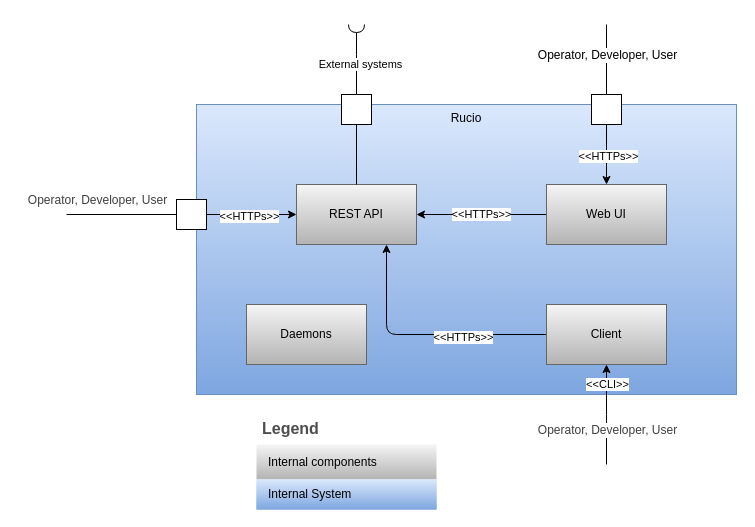
mgajek-cern/rucio-architecture-docs keeps this draw.io diagram as diagrams/Building Block Lvl 1 View.drawio. Above is the earlier version. Source tidied: cells renumbered, new cells numbered last; positions are measured from the earlier drawing's top-left corner, leaving out a move shared by most shapes. Both pictures are drawn from the tidied source at 100%, with x=0, y=0 at pixel (66, 24).
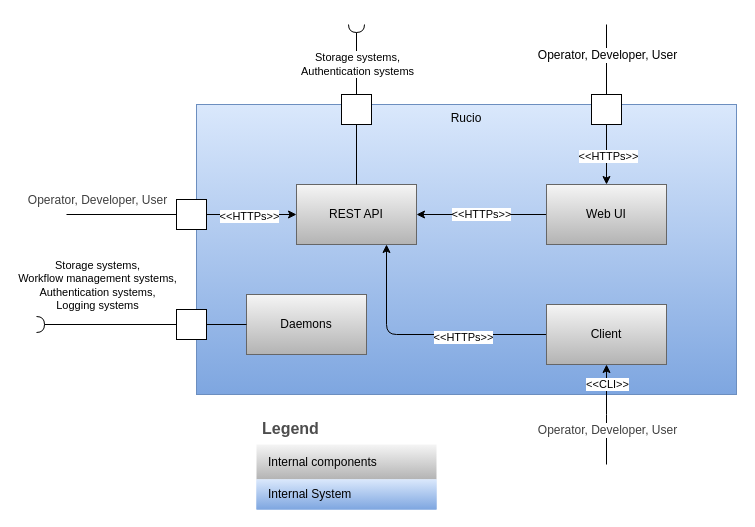
After the change.

Commit message (it also covers changes not shown here):
update component diagrams

The change refers to these unchanged cells:
```xml
<mxCell id="17" style="edgeStyle=orthogonalEdgeStyle;rounded=0;jettySize=auto;html=1;endArrow=halfCircle;endFill=0;" parent="1" edge="1" source="20">
  <mxGeometry relative="1" as="geometry">
    <mxPoint x="290" as="targetPoint" />
    <Array as="points">
      <mxPoint x="290" y="30" />
    </Array>
  </mxGeometry>
</mxCell>
```

What changed in the source:
```diff
@@
-    <mxCell id="18" value="External systems" style="edgeLabel;html=1;align=center;verticalAlign=middle;" parent="17" vertex="1">
-      <mxGeometry x="-0.12" y="-3" relative="1" as="geometry" />
-    </mxCell>
+    <mxCell id="32" value="Storage systems,&lt;div&gt;&lt;font color=&quot;#000000&quot;&gt;Authentication systems&lt;/font&gt;&lt;/div&gt;" style="edgeLabel;html=1;align=center;verticalAlign=middle;" parent="17" vertex="1">
+      <mxGeometry x="0.19" y="-1" relative="1" as="geometry">
+        <mxPoint x="-1" y="11" as="offset" />
+      </mxGeometry>
+    </mxCell>
@@
     <mxCell id="31" value="Daemons" style="rounded=0;whiteSpace=wrap;html=1;fillColor=#f5f5f5;gradientColor=#b3b3b3;strokeColor=#666666;" parent="1" vertex="1">
-      <mxGeometry x="180" y="280" width="120" height="60" as="geometry" />
+      <mxGeometry x="180" y="270" width="120" height="60" as="geometry" />
     </mxCell>
+    <mxCell id="33" style="edgeStyle=none;html=1;entryX=0;entryY=0.5;entryDx=0;entryDy=0;endArrow=none;endFill=0;" parent="1" edge="1" source="36" target="31">
+      <mxGeometry relative="1" as="geometry" />
+    </mxCell>
+    <mxCell id="34" style="edgeStyle=none;html=1;endArrow=halfCircle;endFill=0;" parent="1" edge="1" source="36">
+      <mxGeometry relative="1" as="geometry">
+        <mxPoint x="-30" y="300" as="targetPoint" />
+      </mxGeometry>
+    </mxCell>
+    <mxCell id="35" value="Storage systems,&lt;div&gt;Workflow management systems,&lt;/div&gt;&lt;div&gt;&lt;span style=&quot;color: rgb(0, 0, 0);&quot;&gt;Authentication systems,&lt;/span&gt;&lt;/div&gt;&lt;div&gt;&lt;font color=&quot;#000000&quot;&gt;Logging systems&lt;/font&gt;&lt;br&gt;&lt;/div&gt;" style="edgeLabel;html=1;align=center;verticalAlign=middle;" parent="34" vertex="1">
+      <mxGeometry x="0.13" y="-4" relative="1" as="geometry">
+        <mxPoint x="-1" y="-36" as="offset" />
+      </mxGeometry>
+    </mxCell>
+    <mxCell id="36" style="fontStyle=0;labelPosition=right;verticalLabelPosition=middle;align=left;verticalAlign=middle;spacingLeft=2;direction=south;" parent="1" vertex="1">
+      <mxGeometry x="110" y="285" width="30" height="30" as="geometry" />
+    </mxCell>
```
